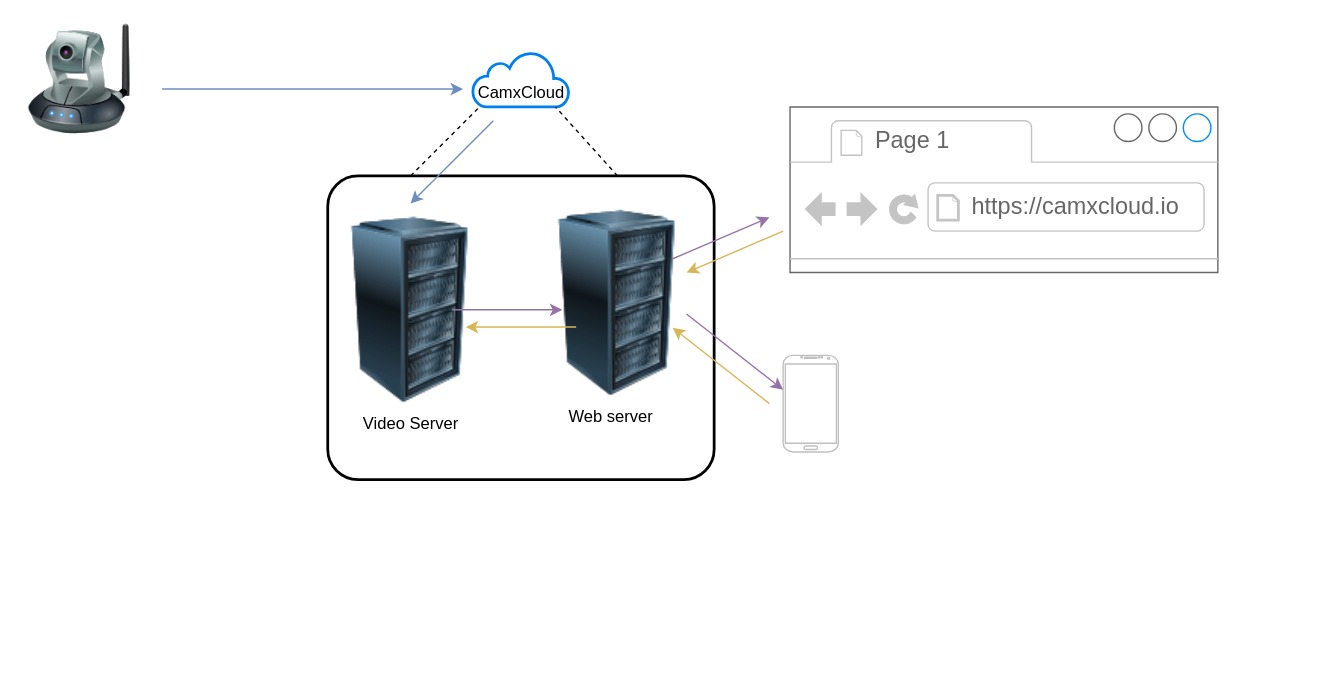
The draw.io diagram camxarchitecture.drawio in EmilRLee/camX, before the edit. Source tidied: cells renumbered, new cells numbered last; positions are measured from the earlier drawing's top-left corner, leaving out a move shared by most shapes. Both pictures are drawn from the tidied source at 138%, with x=0, y=0 at pixel (23, 23).
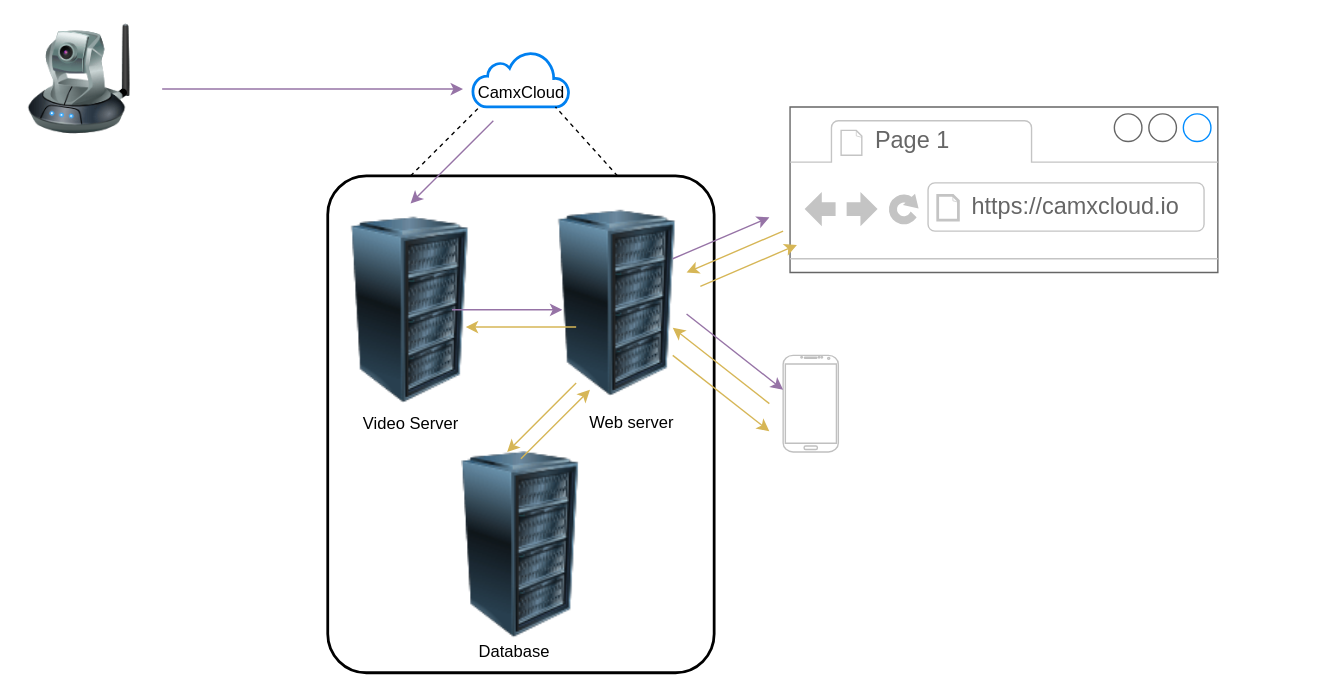
The same diagram, later.

Unchanged cells that the change refers to:
```xml
<mxCell id="14" value="CamxCloud" style="text;html=1;align=center;verticalAlign=middle;points=[];strokeColor=none;" parent="12" vertex="1">
  <mxGeometry y="20" width="80" height="20" as="geometry" />
</mxCell>
```

Diff of the diagram source:
```diff
@@
     <mxCell id="6" value="Web server" style="text;html=1;align=center;verticalAlign=middle;strokeColor=none;" parent="1" vertex="1">
-      <mxGeometry x="385" y="275" width="80" height="20" as="geometry" />
+      <mxGeometry x="400" y="279" width="80" height="20" as="geometry" />
     </mxCell>
@@
     <mxCell id="11" style="rounded=1;arcSize=10;dashed=0;fillColor=none;gradientColor=none;strokeWidth=2;" parent="1" vertex="1">
-      <mxGeometry x="220" y="110" width="280" height="220" as="geometry" />
+      <mxGeometry x="220" y="110" width="280" height="360" as="geometry" />
     </mxCell>
@@
-    <mxCell id="17" style="endArrow=classic;html=1;entryX=-0.025;entryY=0.35;entryDx=0;entryDy=0;entryPerimeter=0;fillColor=#dae8fc;strokeColor=#6c8ebf;" parent="1" edge="1" target="14">
+    <mxCell id="17" style="endArrow=classic;html=1;entryX=-0.025;entryY=0.35;entryDx=0;entryDy=0;entryPerimeter=0;fillColor=#e1d5e7;strokeColor=#9673a6;" parent="1" edge="1" target="14">
       <mxGeometry relative="1" as="geometry">
         <mxPoint x="100" y="47" as="sourcePoint" />
       </mxGeometry>
     </mxCell>
@@
-    <mxCell id="20" style="endArrow=classic;html=1;fillColor=#dae8fc;strokeColor=#6c8ebf;" parent="1" edge="1">
+    <mxCell id="20" style="endArrow=classic;html=1;fillColor=#e1d5e7;strokeColor=#9673a6;" parent="1" edge="1">
       <mxGeometry relative="1" as="geometry">
         <mxPoint x="340" y="70" as="sourcePoint" />
         <mxPoint x="280" y="130" as="targetPoint" />
       </mxGeometry>
     </mxCell>
@@
+    <mxCell id="25" style="image;html=1;image=img/lib/clip_art/computers/Server_Rack_128x128.png;" parent="1" vertex="1">
+      <mxGeometry x="300" y="310" width="120" height="135" as="geometry" />
+    </mxCell>
+    <mxCell id="26" value="Database" style="text;html=1;align=center;verticalAlign=middle;strokeColor=none;" parent="1" vertex="1">
+      <mxGeometry x="320" y="445" width="70" height="20" as="geometry" />
+    </mxCell>
+    <mxCell id="27" style="endArrow=classic;html=1;fillColor=#fff2cc;strokeColor=#d6b656;" parent="1" edge="1">
+      <mxGeometry relative="1" as="geometry">
+        <mxPoint x="400" y="260" as="sourcePoint" />
+        <mxPoint x="350" y="310" as="targetPoint" />
+      </mxGeometry>
+    </mxCell>
+    <mxCell id="28" style="endArrow=classic;html=1;fillColor=#fff2cc;strokeColor=#d6b656;" parent="1" edge="1">
+      <mxGeometry relative="1" as="geometry">
+        <mxPoint x="360" y="315" as="sourcePoint" />
+        <mxPoint x="410" y="265" as="targetPoint" />
+      </mxGeometry>
+    </mxCell>
+    <mxCell id="29" style="endArrow=classic;html=1;fillColor=#fff2cc;strokeColor=#d6b656;" parent="1" edge="1">
+      <mxGeometry relative="1" as="geometry">
+        <mxPoint x="490" y="190" as="sourcePoint" />
+        <mxPoint x="560" y="160" as="targetPoint" />
+      </mxGeometry>
+    </mxCell>
+    <mxCell id="30" style="endArrow=classic;html=1;fillColor=#fff2cc;strokeColor=#d6b656;" parent="1" edge="1">
+      <mxGeometry relative="1" as="geometry">
+        <mxPoint x="470" y="240" as="sourcePoint" />
+        <mxPoint x="540" y="295" as="targetPoint" />
+      </mxGeometry>
+    </mxCell>
```
